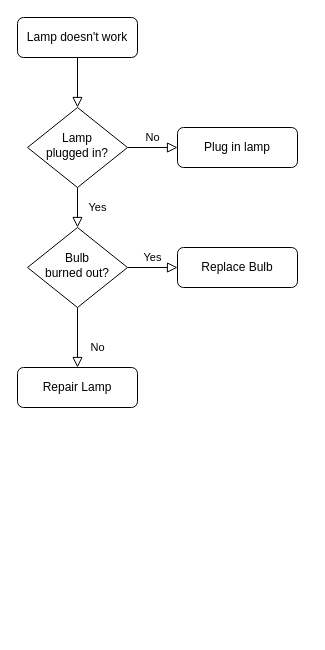
The draw.io diagram Untitled Diagram.drawio in swapnil12333/markdown, before the edit. Source tidied: cells renumbered, new cells numbered last; positions are measured from the earlier drawing's top-left corner, leaving out a move shared by most shapes. Both pictures are drawn from the tidied source at 100%, with x=0, y=0 at pixel (17, 17).
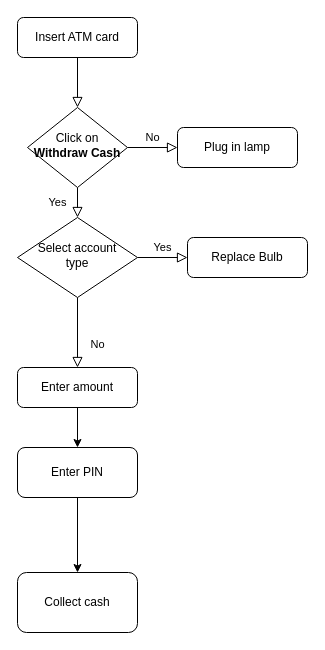
After the change.

Commit message:
how to withdraw money from ATM

What changed in the source:
```diff
@@
 <mxGraphModel>
   <root>
     <mxCell id="0" />
     <mxCell id="1" parent="0" />
     <mxCell id="2" style="rounded=0;html=1;jettySize=auto;fontSize=11;endArrow=block;endFill=0;endSize=8;strokeWidth=1;shadow=0;labelBackgroundColor=none;edgeStyle=orthogonalEdgeStyle;" parent="1" edge="1" source="3" target="6">
       <mxGeometry relative="1" as="geometry" />
     </mxCell>
-    <mxCell id="3" value="Lamp doesn't work" style="rounded=1;whiteSpace=wrap;html=1;fontSize=12;glass=0;strokeWidth=1;shadow=0;" parent="1" vertex="1">
+    <mxCell id="3" value="Insert ATM card" style="rounded=1;whiteSpace=wrap;html=1;fontSize=12;glass=0;strokeWidth=1;shadow=0;" parent="1" vertex="1">
       <mxGeometry width="120" height="40" as="geometry" />
     </mxCell>
     <mxCell id="4" value="Yes" style="rounded=0;html=1;jettySize=auto;fontSize=11;endArrow=block;endFill=0;endSize=8;strokeWidth=1;shadow=0;labelBackgroundColor=none;edgeStyle=orthogonalEdgeStyle;" parent="1" edge="1" source="6" target="10">
       <mxGeometry y="20" relative="1" as="geometry" />
     </mxCell>
     <mxCell id="5" value="No" style="edgeStyle=orthogonalEdgeStyle;rounded=0;html=1;jettySize=auto;fontSize=11;endArrow=block;endFill=0;endSize=8;strokeWidth=1;shadow=0;labelBackgroundColor=none;" parent="1" edge="1" source="6" target="7">
       <mxGeometry y="10" relative="1" as="geometry" />
     </mxCell>
-    <mxCell id="6" value="Lamp&lt;br&gt;plugged in?" style="rhombus;whiteSpace=wrap;html=1;shadow=0;fontFamily=Helvetica;fontSize=12;align=center;strokeWidth=1;spacing=6;spacingTop=-4;" parent="1" vertex="1">
+    <mxCell id="6" value="Click on &lt;b&gt;Withdraw Cash&lt;/b&gt;" style="rhombus;whiteSpace=wrap;html=1;shadow=0;fontFamily=Helvetica;fontSize=12;align=center;strokeWidth=1;spacing=6;spacingTop=-4;" parent="1" vertex="1">
       <mxGeometry x="10" y="90" width="100" height="80" as="geometry" />
     </mxCell>
     <mxCell id="7" value="Plug in lamp" style="rounded=1;whiteSpace=wrap;html=1;fontSize=12;glass=0;strokeWidth=1;shadow=0;" parent="1" vertex="1">
       <mxGeometry x="160" y="110" width="120" height="40" as="geometry" />
     </mxCell>
     <mxCell id="8" value="No" style="rounded=0;html=1;jettySize=auto;fontSize=11;endArrow=block;endFill=0;endSize=8;strokeWidth=1;shadow=0;labelBackgroundColor=none;edgeStyle=orthogonalEdgeStyle;" parent="1" edge="1" source="10" target="11">
       <mxGeometry x="0.33" y="20" relative="1" as="geometry" />
     </mxCell>
     <mxCell id="9" value="Yes" style="edgeStyle=orthogonalEdgeStyle;rounded=0;html=1;jettySize=auto;fontSize=11;endArrow=block;endFill=0;endSize=8;strokeWidth=1;shadow=0;labelBackgroundColor=none;" parent="1" edge="1" source="10" target="12">
       <mxGeometry y="10" relative="1" as="geometry" />
     </mxCell>
-    <mxCell id="10" value="Bulb&lt;br&gt;burned out?" style="rhombus;whiteSpace=wrap;html=1;shadow=0;fontFamily=Helvetica;fontSize=12;align=center;strokeWidth=1;spacing=6;spacingTop=-4;" parent="1" vertex="1">
-      <mxGeometry x="10" y="210" width="100" height="80" as="geometry" />
+    <mxCell id="10" value="Select account &lt;br&gt;type" style="rhombus;whiteSpace=wrap;html=1;shadow=0;fontFamily=Helvetica;fontSize=12;align=center;strokeWidth=1;spacing=6;spacingTop=-4;" parent="1" vertex="1">
+      <mxGeometry y="200" width="120" height="80" as="geometry" />
     </mxCell>
+    <mxCell id="13" style="edgeStyle=orthogonalEdgeStyle;rounded=0;jettySize=auto;html=1;exitX=0.5;exitY=1;exitDx=0;exitDy=0;entryX=0.5;entryY=0;entryDx=0;entryDy=0;" parent="1" edge="1" source="11" target="15">
+      <mxGeometry relative="1" as="geometry" />
+    </mxCell>
-    <mxCell id="11" value="Repair Lamp" style="rounded=1;whiteSpace=wrap;html=1;fontSize=12;glass=0;strokeWidth=1;shadow=0;" parent="1" vertex="1">
+    <mxCell id="11" value="Enter amount" style="rounded=1;whiteSpace=wrap;html=1;fontSize=12;glass=0;strokeWidth=1;shadow=0;" parent="1" vertex="1">
       <mxGeometry y="350" width="120" height="40" as="geometry" />
     </mxCell>
     <mxCell id="12" value="Replace Bulb" style="rounded=1;whiteSpace=wrap;html=1;fontSize=12;glass=0;strokeWidth=1;shadow=0;" parent="1" vertex="1">
-      <mxGeometry x="160" y="230" width="120" height="40" as="geometry" />
+      <mxGeometry x="170" y="220" width="120" height="40" as="geometry" />
     </mxCell>
+    <mxCell id="14" style="edgeStyle=orthogonalEdgeStyle;rounded=0;jettySize=auto;html=1;" parent="1" edge="1" source="15" target="16">
+      <mxGeometry relative="1" as="geometry" />
+    </mxCell>
+    <mxCell id="15" value="Enter PIN" style="rounded=1;whiteSpace=wrap;html=1;" parent="1" vertex="1">
+      <mxGeometry y="430" width="120" height="50" as="geometry" />
+    </mxCell>
+    <mxCell id="16" value="Collect cash" style="whiteSpace=wrap;html=1;rounded=1;" parent="1" vertex="1">
+      <mxGeometry y="555" width="120" height="60" as="geometry" />
+    </mxCell>
   </root>
 </mxGraphModel>
```
